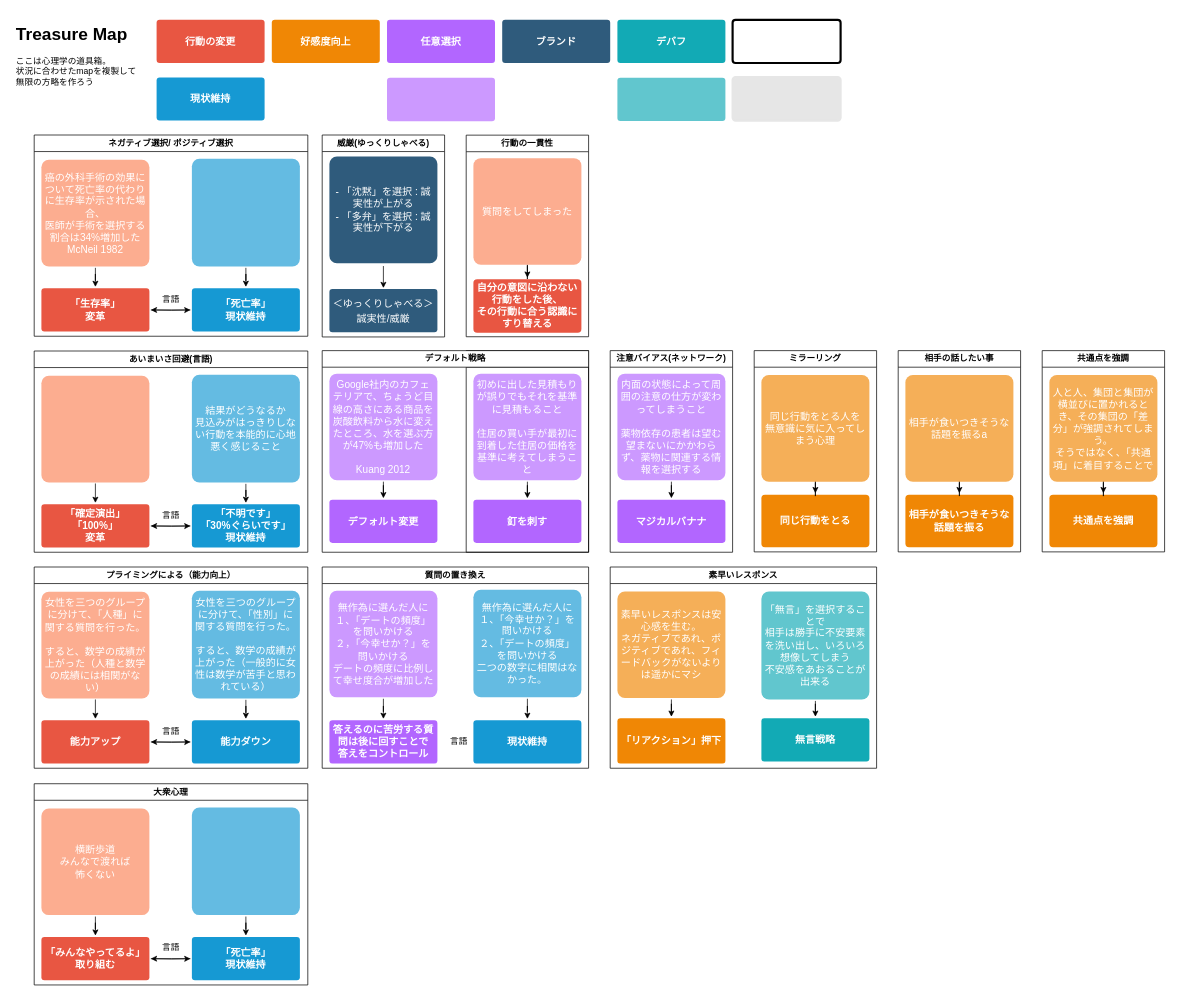
Before: page "treasure_map" (1 of 10) of psy/psy.drawio in minegishirei/draw_v1, a draw.io diagram. Source tidied: cells renumbered, new cells numbered last; positions are measured from the earlier drawing's top-left corner, leaving out a move shared by most shapes. Both pictures are drawn from the tidied source at 72%, with x=0, y=0 at pixel (12, 19).
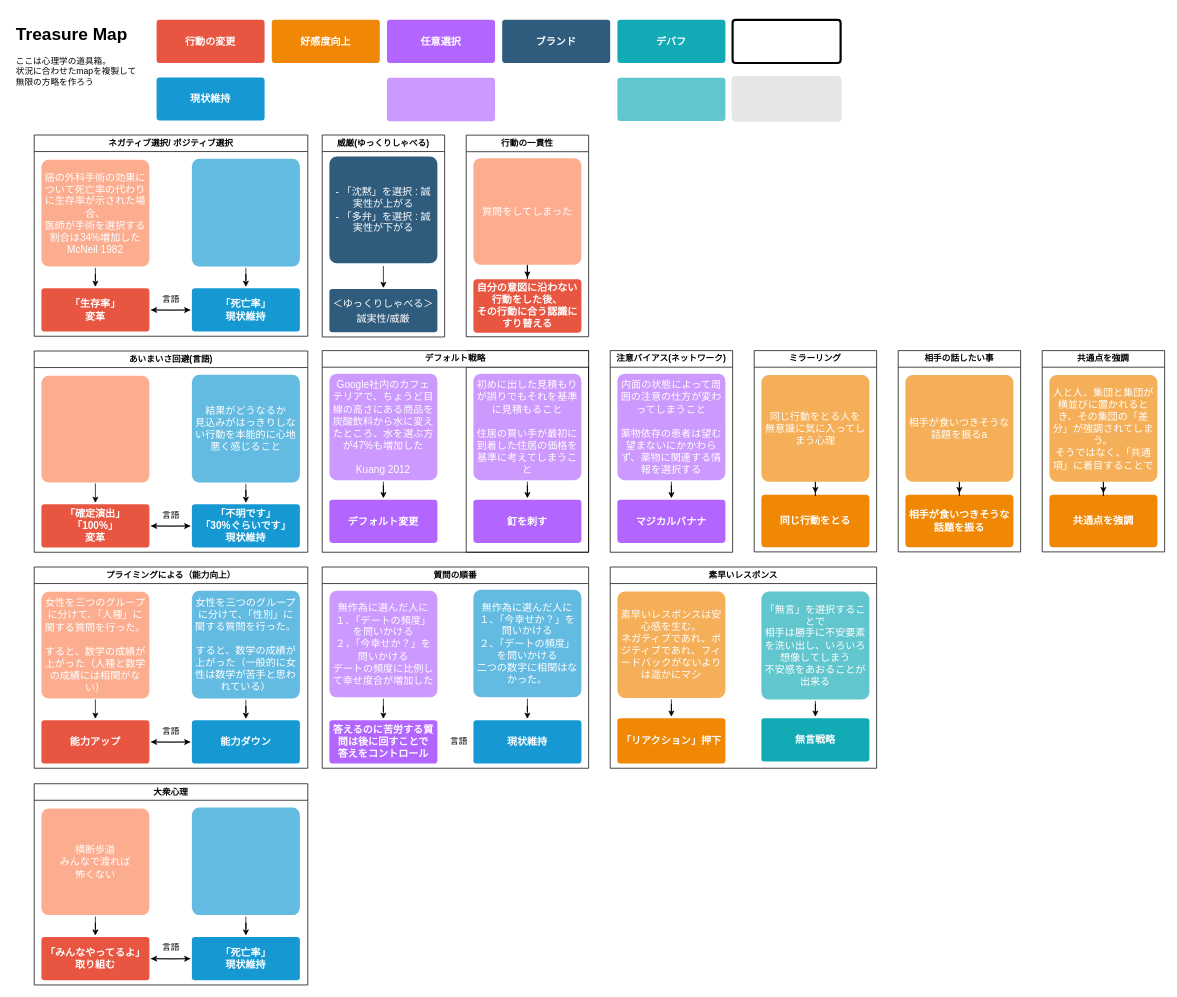
Above is the later version.

The edit, as a diff of the source:
```diff
@@
-    <mxCell id="49" value="質問の置き換え" style="swimlane;whiteSpace=wrap;html=1;" parent="1" vertex="1">
+    <mxCell id="49" value="質問の順番" style="swimlane;whiteSpace=wrap;html=1;startSize=23;" parent="1" vertex="1">
       <mxGeometry x="430" y="760" width="370" height="279.5" as="geometry" />
     </mxCell>
```
